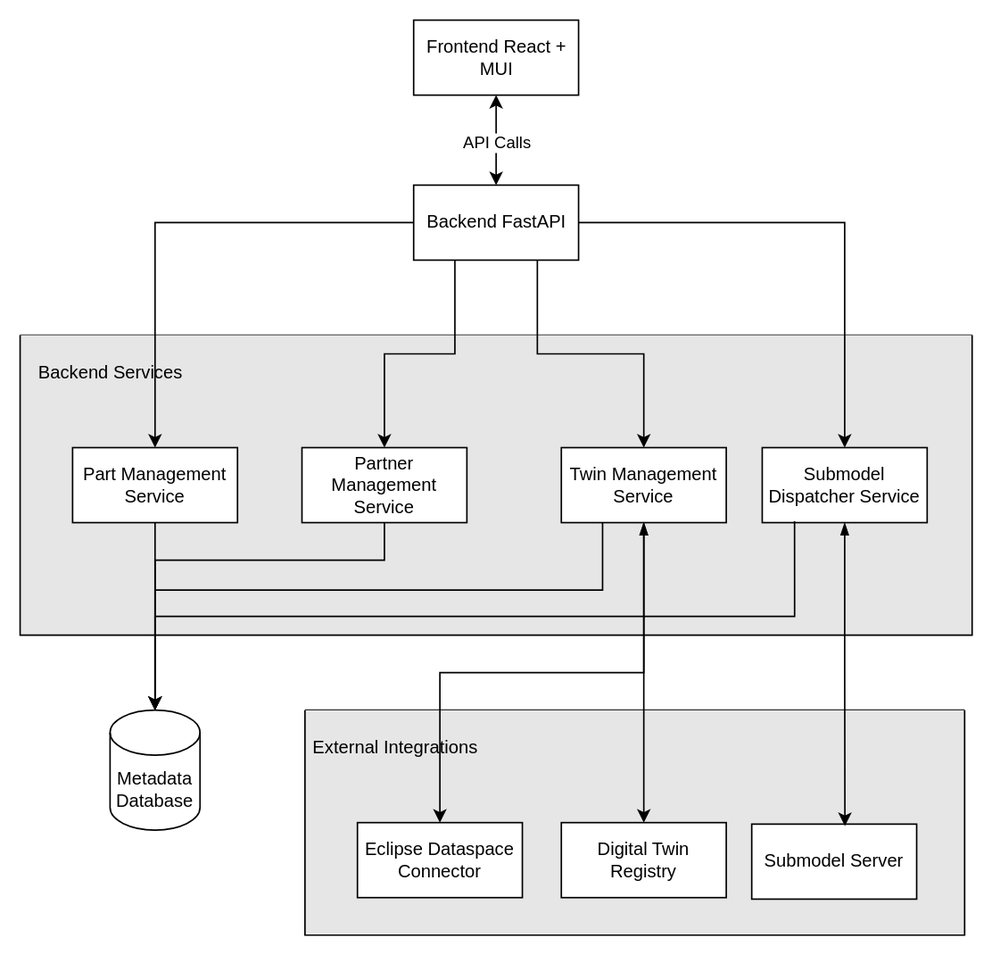
Above: docs/architecture/media/ICH_HighLevelArchitecture.svg in eclipse-tractusx/industry-core-hub (draw.io), before the change. Source tidied: cells renumbered, new cells last; positions are measured from the earlier drawing's top-left corner, leaving out a move shared by most shapes.
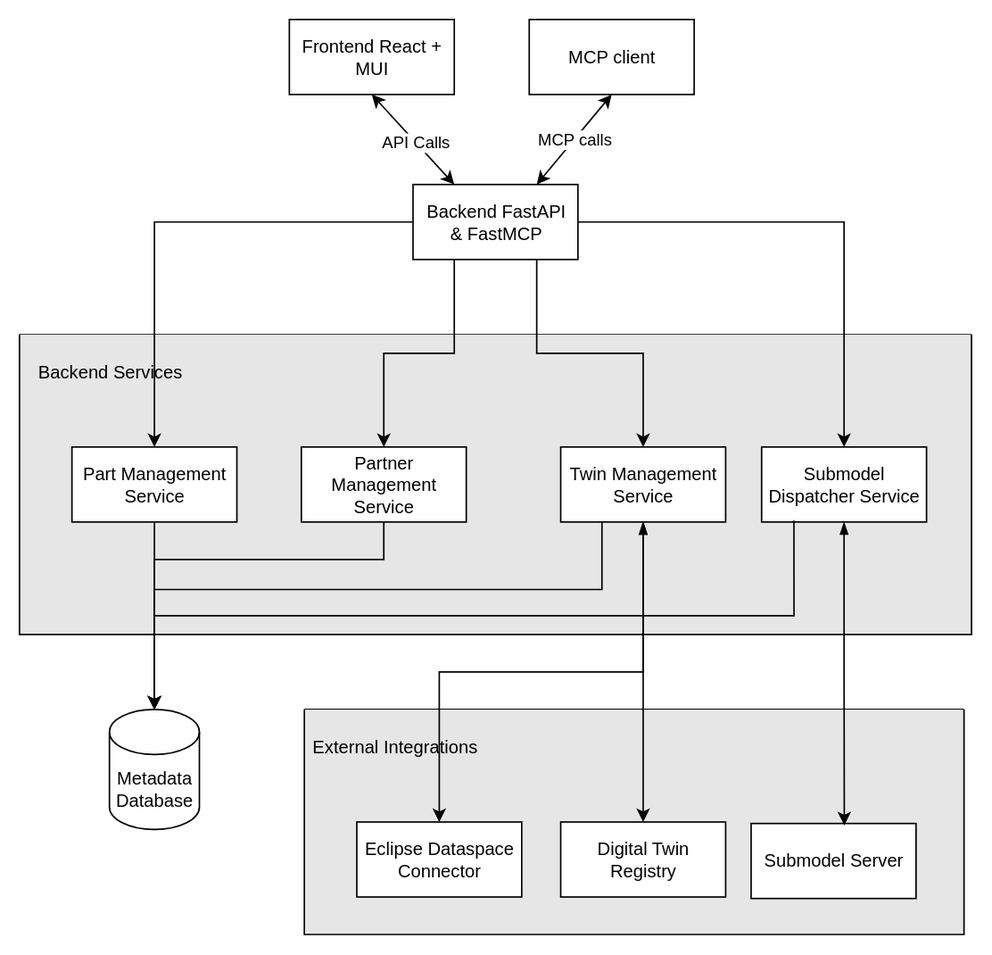
Above is the later version.

The edit, as a diff of the source:
```diff
@@ -3,9 +3,9 @@
     <mxCell id="0" />
     <mxCell id="1" parent="0" />
     <mxCell id="2" value="Frontend React + MUI" style="html=1;whiteSpace=wrap;" parent="1" vertex="1">
-      <mxGeometry x="262.5" width="110" height="50" as="geometry" />
+      <mxGeometry x="180" width="110" height="50" as="geometry" />
     </mxCell>
-    <mxCell id="3" value="Backend FastAPI" style="html=1;whiteSpace=wrap;" parent="1" vertex="1">
+    <mxCell id="3" value="Backend FastAPI&lt;br&gt;&amp;amp; FastMCP" style="html=1;whiteSpace=wrap;" parent="1" vertex="1">
       <mxGeometry x="262.5" y="110" width="110" height="50" as="geometry" />
     </mxCell>
     <mxCell id="4" style="swimlane;startSize=0;fillColor=#B3B3B3;gradientColor=none;swimlaneFillColor=#E6E6E6;" parent="1" vertex="1">
@@ -75,7 +75,7 @@
     <mxCell id="22" style="edgeStyle=orthogonalEdgeStyle;rounded=0;jettySize=auto;html=1;entryX=0.565;entryY=0.025;entryDx=0;entryDy=0;entryPerimeter=0;startArrow=blockThin;startFill=1;" parent="1" edge="1" source="8" target="14">
       <mxGeometry relative="1" as="geometry" />
     </mxCell>
-    <mxCell id="23" style="endArrow=classic;startArrow=classic;html=1;rounded=0;entryX=0.5;entryY=1;entryDx=0;entryDy=0;" parent="1" edge="1" source="3" target="2">
+    <mxCell id="23" style="endArrow=classic;startArrow=classic;html=1;rounded=0;entryX=0.5;entryY=1;entryDx=0;entryDy=0;exitX=0.25;exitY=0;exitDx=0;exitDy=0;" parent="1" edge="1" source="3" target="2">
       <mxGeometry relative="1" as="geometry" />
     </mxCell>
     <mxCell id="24" value="API Calls" style="edgeLabel;html=1;align=center;verticalAlign=middle;" parent="23" vertex="1">
@@ -93,5 +93,11 @@
     <mxCell id="28" style="edgeStyle=orthogonalEdgeStyle;rounded=0;jettySize=auto;html=1;entryX=0.5;entryY=0;entryDx=0;entryDy=0;" parent="1" edge="1" source="3" target="8">
       <mxGeometry relative="1" as="geometry" />
     </mxCell>
+    <mxCell id="29" value="MCP client" style="html=1;whiteSpace=wrap;" parent="1" vertex="1">
+      <mxGeometry x="340" width="110" height="50" as="geometry" />
+    </mxCell>
+    <mxCell id="30" value="MCP calls" style="endArrow=classic;startArrow=classic;html=1;rounded=0;entryX=0.5;entryY=1;entryDx=0;entryDy=0;exitX=0.75;exitY=0;exitDx=0;exitDy=0;" parent="1" edge="1" source="3" target="29">
+      <mxGeometry relative="1" as="geometry" />
+    </mxCell>
   </root>
 </mxGraphModel>
```
